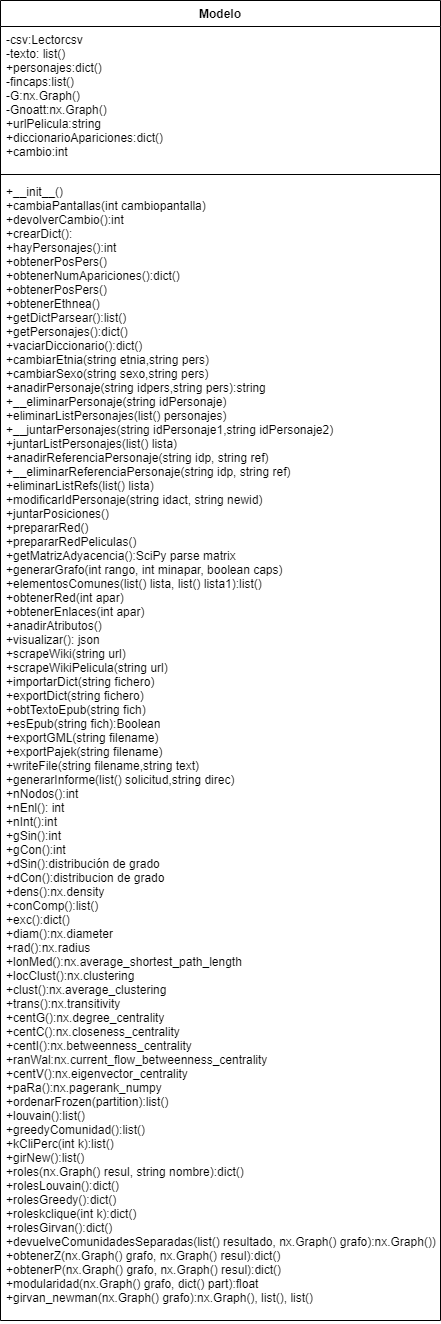
Above: doc/Imagenes/Imagenes diagrama de clases/Modelo.png in dhm1002/NetExtractor-3.0-Despliegue (draw.io), before the change. Source tidied: cells renumbered, new cells last; positions are measured from the earlier drawing's top-left corner, leaving out a move shared by most shapes.
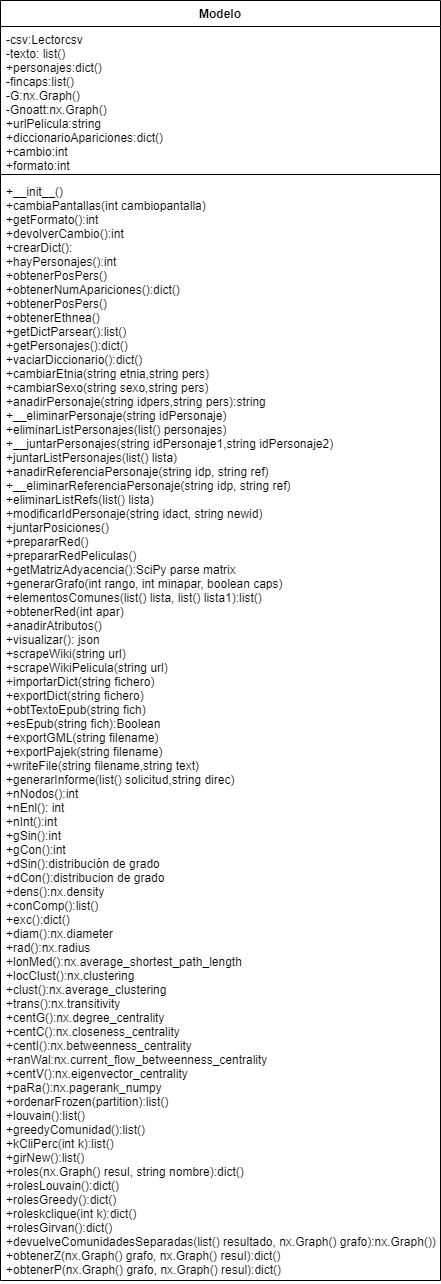
The same file after the commit.

The edit, as a diff of the source:
```diff
@@ -3,16 +3,16 @@
     <mxCell id="0" />
     <mxCell id="1" parent="0" />
     <mxCell id="2" value="Modelo" style="swimlane;fontStyle=1;align=center;verticalAlign=top;horizontal=1;startSize=26;" parent="1" vertex="1">
-      <mxGeometry width="440" height="1320" as="geometry" />
+      <mxGeometry width="440" height="1280" as="geometry" />
     </mxCell>
-    <mxCell id="3" value="-csv:Lectorcsv&#10;-texto: list()&#10;+personajes:dict()&#10;-fincaps:list()&#10;-G:nx.Graph()&#10;-Gnoatt:nx.Graph()&#10;+urlPelicula:string&#10;+diccionarioApariciones:dict()&#10;+cambio:int" style="text;strokeColor=none;fillColor=none;align=left;verticalAlign=top;spacingLeft=4;spacingRight=4;overflow=hidden;" parent="2" vertex="1">
+    <mxCell id="3" value="-csv:Lectorcsv&#10;-texto: list()&#10;+personajes:dict()&#10;-fincaps:list()&#10;-G:nx.Graph()&#10;-Gnoatt:nx.Graph()&#10;+urlPelicula:string&#10;+diccionarioApariciones:dict()&#10;+cambio:int&#10;+formato:int" style="text;strokeColor=none;fillColor=none;align=left;verticalAlign=top;spacingLeft=4;spacingRight=4;overflow=hidden;" parent="2" vertex="1">
       <mxGeometry y="26" width="440" height="144" as="geometry" />
     </mxCell>
     <mxCell id="4" style="line;strokeWidth=1;fillColor=none;align=left;verticalAlign=middle;spacingTop=-1;spacingLeft=3;spacingRight=3;labelPosition=right;" parent="2" vertex="1">
       <mxGeometry y="170" width="440" height="8" as="geometry" />
     </mxCell>
-    <mxCell id="5" value="+__init__()&#10;+cambiaPantallas(int cambiopantalla)&#10;+devolverCambio():int&#10;+crearDict():&#10;+hayPersonajes():int&#10;+obtenerPosPers()&#10;+obtenerNumApariciones():dict()&#10;+obtenerPosPers()&#10;+obtenerEthnea()&#10;+getDictParsear():list()&#10;+getPersonajes():dict()&#10;+vaciarDiccionario():dict()&#10;+cambiarEtnia(string etnia,string pers)&#10;+cambiarSexo(string sexo,string pers)&#10;+anadirPersonaje(string idpers,string pers):string&#10;+__eliminarPersonaje(string idPersonaje)&#10;+eliminarListPersonajes(list() personajes)&#10;+__juntarPersonajes(string idPersonaje1,string idPersonaje2)&#10;+juntarListPersonajes(list() lista)&#10;+anadirReferenciaPersonaje(string idp, string ref)&#10;+__eliminarReferenciaPersonaje(string idp, string ref)&#10;+eliminarListRefs(list() lista)&#10;+modificarIdPersonaje(string idact, string newid)&#10;+juntarPosiciones()&#10;+prepararRed()&#10;+prepararRedPeliculas()&#10;+getMatrizAdyacencia():SciPy parse matrix&#10;+generarGrafo(int rango, int minapar, boolean caps)&#10;+elementosComunes(list() lista, list() lista1):list()&#10;+obtenerRed(int apar)&#10;+obtenerEnlaces(int apar)&#10;+anadirAtributos()&#10;+visualizar(): json&#10;+scrapeWiki(string url)&#10;+scrapeWikiPelicula(string url)&#10;+importarDict(string fichero)&#10;+exportDict(string fichero)&#10;+obtTextoEpub(string fich)&#10;+esEpub(string fich):Boolean&#10;+exportGML(string filename)&#10;+exportPajek(string filename)&#10;+writeFile(string filename,string text)&#10;+generarInforme(list() solicitud,string direc)&#10;+nNodos():int&#10;+nEnl(): int&#10;+nInt():int&#10;+gSin():int&#10;+gCon():int&#10;+dSin():distribución de grado&#10;+dCon():distribucion de grado&#10;+dens():nx.density&#10;+conComp():list()&#10;+exc():dict()&#10;+diam():nx.diameter&#10;+rad():nx.radius&#10;+lonMed():nx.average_shortest_path_length&#10;+locClust():nx.clustering&#10;+clust():nx.average_clustering&#10;+trans():nx.transitivity&#10;+centG():nx.degree_centrality&#10;+centC():nx.closeness_centrality&#10;+centI():nx.betweenness_centrality&#10;+ranWal:nx.current_flow_betweenness_centrality&#10;+centV():nx.eigenvector_centrality&#10;+paRa():nx.pagerank_numpy&#10;+ordenarFrozen(partition):list()&#10;+louvain():list()&#10;+greedyComunidad():list()&#10;+kCliPerc(int k):list()&#10;+girNew():list()&#10;+roles(nx.Graph() resul, string nombre):dict()&#10;+rolesLouvain():dict()&#10;+rolesGreedy():dict()&#10;+roleskclique(int k):dict()&#10;+rolesGirvan():dict()&#10;+devuelveComunidadesSeparadas(list() resultado, nx.Graph() grafo):nx.Graph())&#10;+obtenerZ(nx.Graph() grafo, nx.Graph() resul):dict()&#10;+obtenerP(nx.Graph() grafo, nx.Graph() resul):dict()&#10;+modularidad(nx.Graph() grafo, dict() part):float&#10;+girvan_newman(nx.Graph() grafo):nx.Graph(), list(), list()" style="text;strokeColor=none;fillColor=none;align=left;verticalAlign=top;spacingLeft=4;spacingRight=4;overflow=hidden;" parent="2" vertex="1">
-      <mxGeometry y="178" width="440" height="1142" as="geometry" />
+    <mxCell id="5" value="+__init__()&#10;+cambiaPantallas(int cambiopantalla)&#10;+getFormato():int&#10;+devolverCambio():int&#10;+crearDict():&#10;+hayPersonajes():int&#10;+obtenerPosPers()&#10;+obtenerNumApariciones():dict()&#10;+obtenerPosPers()&#10;+obtenerEthnea()&#10;+getDictParsear():list()&#10;+getPersonajes():dict()&#10;+vaciarDiccionario():dict()&#10;+cambiarEtnia(string etnia,string pers)&#10;+cambiarSexo(string sexo,string pers)&#10;+anadirPersonaje(string idpers,string pers):string&#10;+__eliminarPersonaje(string idPersonaje)&#10;+eliminarListPersonajes(list() personajes)&#10;+__juntarPersonajes(string idPersonaje1,string idPersonaje2)&#10;+juntarListPersonajes(list() lista)&#10;+anadirReferenciaPersonaje(string idp, string ref)&#10;+__eliminarReferenciaPersonaje(string idp, string ref)&#10;+eliminarListRefs(list() lista)&#10;+modificarIdPersonaje(string idact, string newid)&#10;+juntarPosiciones()&#10;+prepararRed()&#10;+prepararRedPeliculas()&#10;+getMatrizAdyacencia():SciPy parse matrix&#10;+generarGrafo(int rango, int minapar, boolean caps)&#10;+elementosComunes(list() lista, list() lista1):list()&#10;+obtenerRed(int apar)&#10;+anadirAtributos()&#10;+visualizar(): json&#10;+scrapeWiki(string url)&#10;+scrapeWikiPelicula(string url)&#10;+importarDict(string fichero)&#10;+exportDict(string fichero)&#10;+obtTextoEpub(string fich)&#10;+esEpub(string fich):Boolean&#10;+exportGML(string filename)&#10;+exportPajek(string filename)&#10;+writeFile(string filename,string text)&#10;+generarInforme(list() solicitud,string direc)&#10;+nNodos():int&#10;+nEnl(): int&#10;+nInt():int&#10;+gSin():int&#10;+gCon():int&#10;+dSin():distribución de grado&#10;+dCon():distribucion de grado&#10;+dens():nx.density&#10;+conComp():list()&#10;+exc():dict()&#10;+diam():nx.diameter&#10;+rad():nx.radius&#10;+lonMed():nx.average_shortest_path_length&#10;+locClust():nx.clustering&#10;+clust():nx.average_clustering&#10;+trans():nx.transitivity&#10;+centG():nx.degree_centrality&#10;+centC():nx.closeness_centrality&#10;+centI():nx.betweenness_centrality&#10;+ranWal:nx.current_flow_betweenness_centrality&#10;+centV():nx.eigenvector_centrality&#10;+paRa():nx.pagerank_numpy&#10;+ordenarFrozen(partition):list()&#10;+louvain():list()&#10;+greedyComunidad():list()&#10;+kCliPerc(int k):list()&#10;+girNew():list()&#10;+roles(nx.Graph() resul, string nombre):dict()&#10;+rolesLouvain():dict()&#10;+rolesGreedy():dict()&#10;+roleskclique(int k):dict()&#10;+rolesGirvan():dict()&#10;+devuelveComunidadesSeparadas(list() resultado, nx.Graph() grafo):nx.Graph())&#10;+obtenerZ(nx.Graph() grafo, nx.Graph() resul):dict()&#10;+obtenerP(nx.Graph() grafo, nx.Graph() resul):dict()" style="text;strokeColor=none;fillColor=none;align=left;verticalAlign=top;spacingLeft=4;spacingRight=4;overflow=hidden;" parent="2" vertex="1">
+      <mxGeometry y="178" width="440" height="1102" as="geometry" />
     </mxCell>
   </root>
 </mxGraphModel>
```
